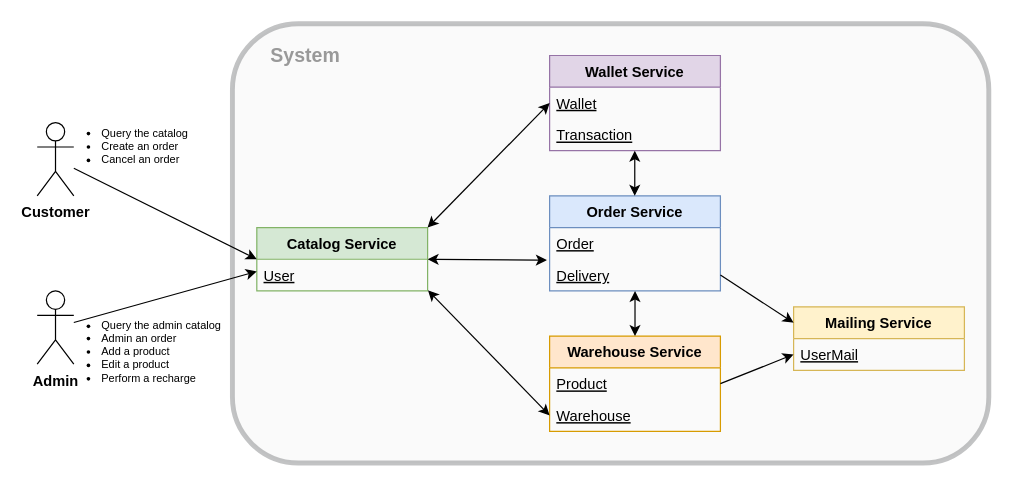
Before: images/GeneralSchema.drawio in franckies/ecommerce-api, a draw.io diagram. Source tidied: cells renumbered, new cells numbered last; positions are measured from the earlier drawing's top-left corner, leaving out a move shared by most shapes. Both pictures are drawn from the tidied source at 122%, with x=0, y=0 at pixel (37, 23).
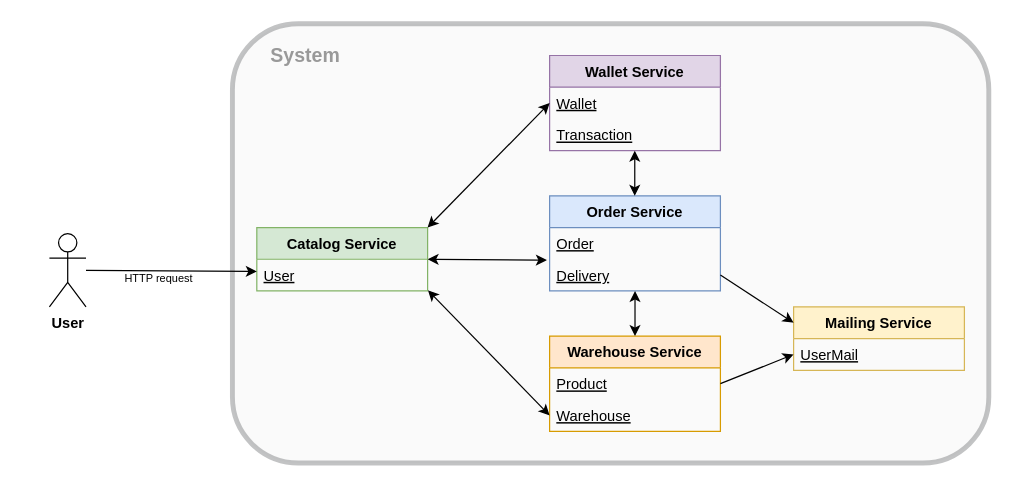
Above is the later version.

Unchanged cells that the change refers to:
```xml
<mxCell id="3" value="Catalog Service" style="swimlane;fontStyle=1;horizontal=1;startSize=26;fillColor=#d5e8d4;strokeColor=#82b366;" parent="1" vertex="1">
  <mxGeometry x="180" y="167" width="140" height="52" as="geometry" />
</mxCell>
<mxCell id="20" style="endArrow=classic;html=1;" parent="1" edge="1" source="15">
  <mxGeometry relative="1" as="geometry">
    <mxPoint x="180" y="203" as="targetPoint" />
  </mxGeometry>
</mxCell>
```

Diff of the diagram source:
```diff
@@
-    <mxCell id="14" value="Customer" style="shape=umlActor;verticalLabelPosition=bottom;verticalAlign=top;html=1;outlineConnect=0;fontStyle=1;strokeWidth=1;sketch=0;" parent="1" vertex="1">
-      <mxGeometry y="81" width="30" height="60" as="geometry" />
-    </mxCell>
-    <mxCell id="15" value="Admin" style="shape=umlActor;verticalLabelPosition=bottom;verticalAlign=top;html=1;outlineConnect=0;fontStyle=1;strokeWidth=1;sketch=0;shadow=0;" parent="1" vertex="1">
-      <mxGeometry y="219" width="30" height="60" as="geometry" />
+    <mxCell id="15" value="User" style="shape=umlActor;verticalLabelPosition=bottom;verticalAlign=top;html=1;outlineConnect=0;fontStyle=1;strokeWidth=1;sketch=0;shadow=0;" parent="1" vertex="1">
+      <mxGeometry x="10" y="172" width="30" height="60" as="geometry" />
     </mxCell>
-    <mxCell id="16" style="endArrow=classic;html=1;entryX=0;entryY=0.5;entryDx=0;entryDy=0;" parent="1" edge="1" source="14" target="3">
-      <mxGeometry relative="1" as="geometry" />
-    </mxCell>
-    <mxCell id="17" value="&lt;ul&gt;&lt;li&gt;Query the catalog&lt;/li&gt;&lt;li&gt;Create an order&lt;/li&gt;&lt;li&gt;Cancel an order&lt;/li&gt;&lt;/ul&gt;" style="edgeLabel;html=1;align=left;verticalAlign=middle;fontSize=9;labelBackgroundColor=none;" parent="16" vertex="1">
-      <mxGeometry x="-0.37" y="4" relative="1" as="geometry">
-        <mxPoint x="-68.7" y="-37.8" as="offset" />
-      </mxGeometry>
-    </mxCell>
@@
-    <mxCell id="21" value="&lt;ul&gt;&lt;li&gt;Query the admin catalog&lt;/li&gt;&lt;li&gt;Admin an order&lt;/li&gt;&lt;li&gt;Add a product&lt;/li&gt;&lt;li&gt;Edit a product&lt;/li&gt;&lt;li&gt;Perform a recharge&lt;/li&gt;&lt;/ul&gt;" style="edgeLabel;html=1;align=left;verticalAlign=middle;fontSize=9;labelBackgroundColor=none;" parent="20" vertex="1">
+    <mxCell id="21" value="&lt;span&gt;HTTP request&lt;/span&gt;" style="edgeLabel;html=1;align=left;verticalAlign=middle;fontSize=9;labelBackgroundColor=none;" parent="20" vertex="1">
       <mxGeometry x="-0.37" y="4" relative="1" as="geometry">
-        <mxPoint x="-65.5" y="40.3" as="offset" />
+        <mxPoint x="-13.7" y="10.6" as="offset" />
       </mxGeometry>
     </mxCell>
```
